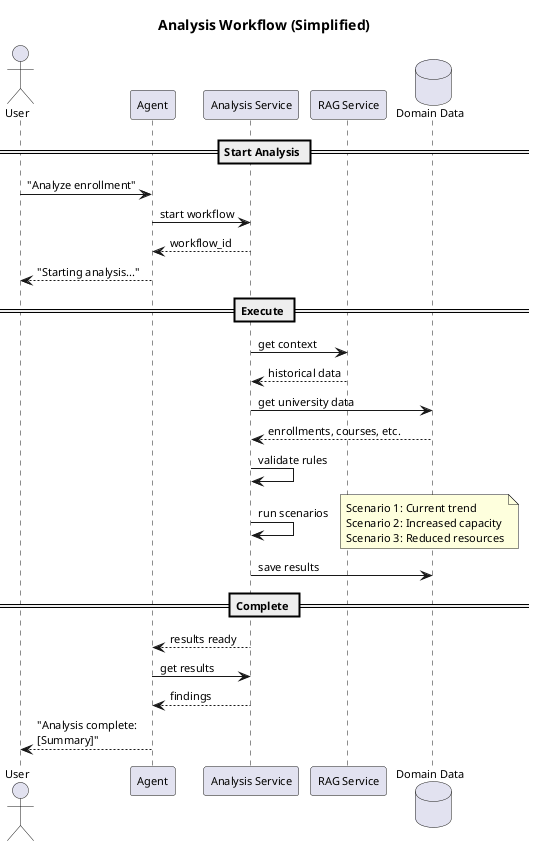
HenryNVP/strategic_planning_AI keeps this PlantUML diagram as architecture/A4_04_flow_analysis.png. Above is the earlier version. Its diagram source:
```plantuml
@startuml A4_04_flow_analysis_simple
title Analysis Workflow (Simplified)

skinparam shadowing false
skinparam defaultFontName Arial
skinparam defaultFontSize 11

actor User
participant "Agent" as AGENT
participant "Analysis Service" as ANALYSIS
participant "RAG Service" as RAG
database "Domain Data" as DB

== Start Analysis ==
User -> AGENT : "Analyze enrollment"
AGENT -> ANALYSIS : start workflow
ANALYSIS --> AGENT : workflow_id
AGENT --> User : "Starting analysis..."

== Execute ==
ANALYSIS -> RAG : get context
RAG --> ANALYSIS : historical data

ANALYSIS -> DB : get university data
DB --> ANALYSIS : enrollments, courses, etc.

ANALYSIS -> ANALYSIS : validate rules

ANALYSIS -> ANALYSIS : run scenarios
note right
Scenario 1: Current trend
Scenario 2: Increased capacity
Scenario 3: Reduced resources
end note

ANALYSIS -> DB : save results

== Complete ==
ANALYSIS --> AGENT : results ready
AGENT -> ANALYSIS : get results
ANALYSIS --> AGENT : findings
AGENT --> User : "Analysis complete:\n[Summary]"

@enduml
```
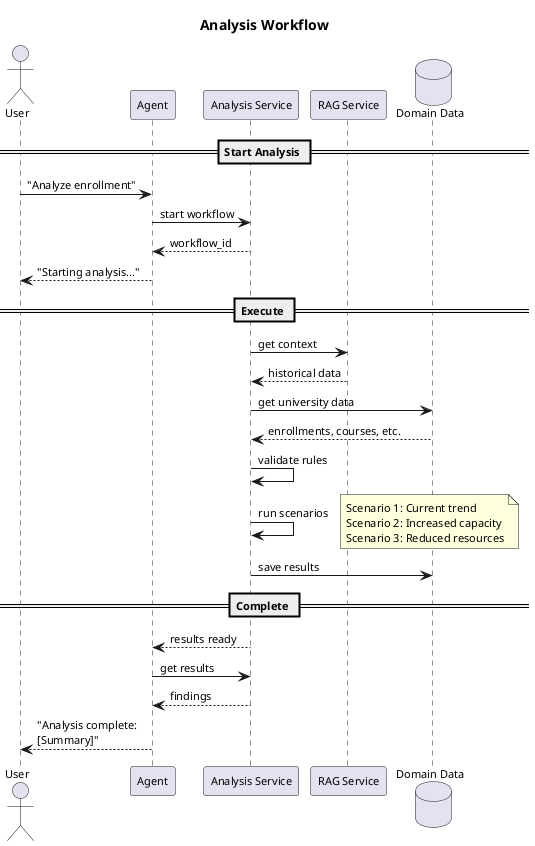
After the change.

Diff of the diagram source:
```diff
@@ -1,5 +1,5 @@
-@startuml A4_04_flow_analysis_simple
-title Analysis Workflow (Simplified)
+@startuml A4_04_flow_analysis
+title Analysis Workflow
 
 skinparam shadowing false
 skinparam defaultFontName Arial
```
